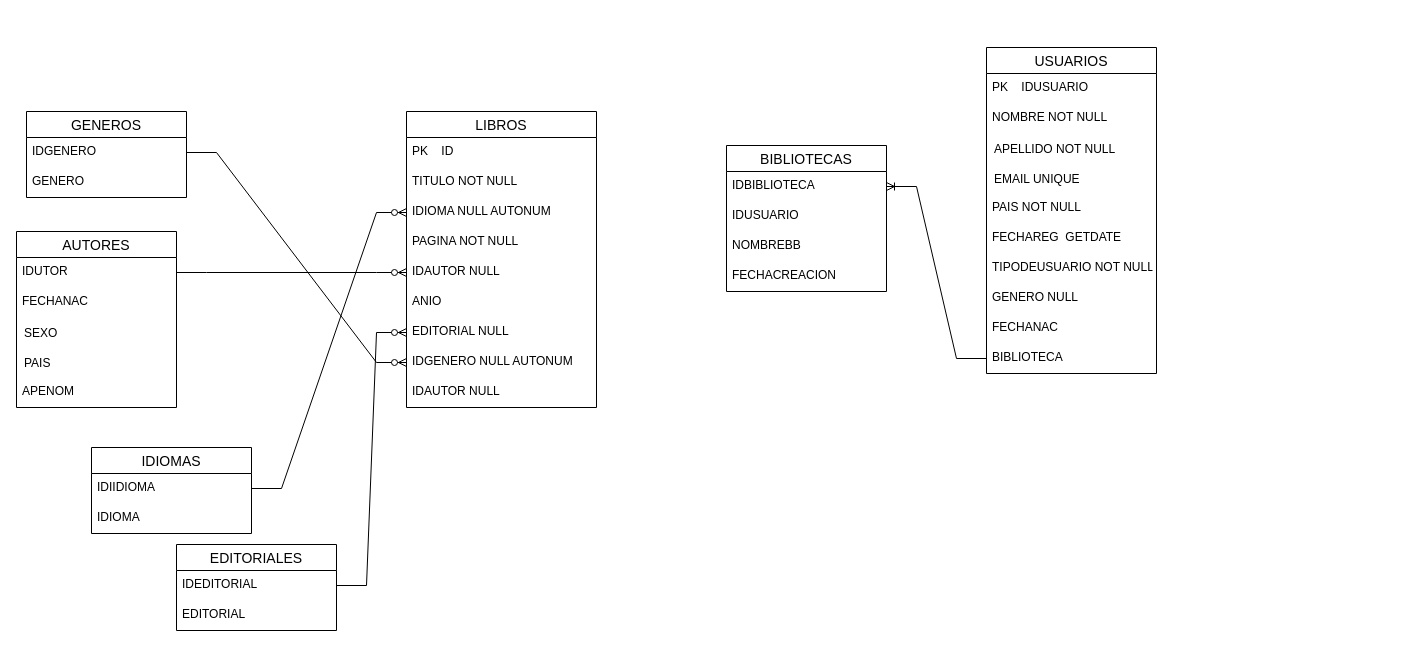
MATUKE23/LABIII keeps this draw.io diagram as BOOKWORM ACTIVIDAD 1.4 MI VERSION.drawio. Above is the earlier version. Source tidied: cells renumbered, new cells numbered last; positions are measured from the earlier drawing's top-left corner, leaving out a move shared by most shapes. Both pictures are drawn from the tidied source at 100%, with x=0, y=0 at pixel (16, 47).
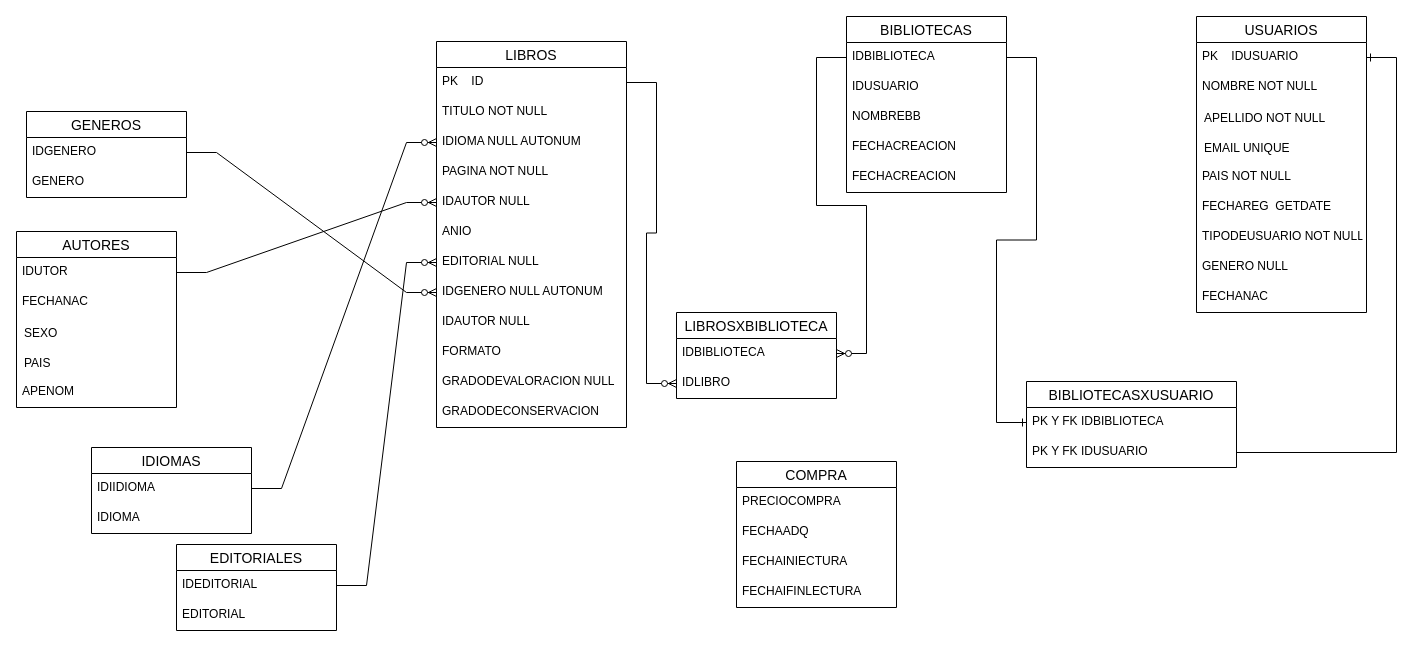
The same diagram, later.

Unchanged cells that the change refers to:
```xml
<mxCell id="3" value="PK    ID" style="text;strokeColor=none;fillColor=none;spacingLeft=4;spacingRight=4;overflow=hidden;points=[[0,0.5],[1,0.5]];portConstraint=eastwest;fontSize=12;" parent="2" vertex="1">
  <mxGeometry y="26" width="190" height="30" as="geometry" />
</mxCell>
<mxCell id="32" value="PK    IDUSUARIO" style="text;strokeColor=none;fillColor=none;spacingLeft=4;spacingRight=4;overflow=hidden;points=[[0,0.5],[1,0.5]];portConstraint=eastwest;fontSize=12;" parent="31" vertex="1">
  <mxGeometry y="26" width="170" height="30" as="geometry" />
</mxCell>
<mxCell id="43" value="IDBIBLIOTECA" style="text;strokeColor=none;fillColor=none;spacingLeft=4;spacingRight=4;overflow=hidden;points=[[0,0.5],[1,0.5]];portConstraint=eastwest;fontSize=12;" parent="42" vertex="1">
  <mxGeometry y="26" width="160" height="30" as="geometry" />
</mxCell>
```

Diff of the diagram source:
```diff
@@
     <mxCell id="2" value="LIBROS" style="swimlane;fontStyle=0;horizontal=1;startSize=26;align=center;fontSize=14;strokeColor=default;fillColor=none;" parent="1" vertex="1">
-      <mxGeometry x="390" y="64" width="190" height="296" as="geometry" />
+      <mxGeometry x="420" y="-6" width="190" height="386" as="geometry" />
     </mxCell>
@@
+    <mxCell id="48" value="FORMATO" style="text;strokeColor=none;fillColor=none;spacingLeft=4;spacingRight=4;overflow=hidden;fontSize=12;" parent="2" vertex="1">
+      <mxGeometry y="296" width="190" height="30" as="geometry" />
+    </mxCell>
+    <mxCell id="49" value="GRADODEVALORACION NULL" style="text;strokeColor=none;fillColor=none;spacingLeft=4;spacingRight=4;overflow=hidden;fontSize=12;" parent="2" vertex="1">
+      <mxGeometry y="326" width="190" height="30" as="geometry" />
+    </mxCell>
+    <mxCell id="50" value="GRADODECONSERVACION" style="text;strokeColor=none;fillColor=none;spacingLeft=4;spacingRight=4;overflow=hidden;fontSize=12;" parent="2" vertex="1">
+      <mxGeometry y="356" width="190" height="30" as="geometry" />
+    </mxCell>
@@
     <mxCell id="31" value="USUARIOS" style="swimlane;fontStyle=0;horizontal=1;startSize=26;align=center;fontSize=14;strokeColor=default;fillColor=none;" parent="1" vertex="1">
-      <mxGeometry x="970" width="170" height="326" as="geometry" />
+      <mxGeometry x="1180" y="-31" width="170" height="296" as="geometry" />
     </mxCell>
@@
-    <mxCell id="41" value="BIBLIOTECA" style="text;strokeColor=none;fillColor=none;spacingLeft=4;spacingRight=4;overflow=hidden;points=[[0,0.5],[1,0.5]];portConstraint=eastwest;fontSize=12;" parent="31" vertex="1">
-      <mxGeometry y="296" width="170" height="30" as="geometry" />
-    </mxCell>
     <mxCell id="42" value="BIBLIOTECAS" style="swimlane;fontStyle=0;horizontal=1;startSize=26;align=center;fontSize=14;strokeColor=default;fillColor=none;" parent="1" vertex="1">
-      <mxGeometry x="710" y="98" width="160" height="146" as="geometry" />
+      <mxGeometry x="830" y="-31" width="160" height="176" as="geometry" />
     </mxCell>
@@
-    <mxCell id="47" style="edgeStyle=entityRelationEdgeStyle;fontSize=12;html=1;endArrow=ERoneToMany;rounded=0;" parent="1" edge="1" source="41" target="43">
-      <mxGeometry relative="1" as="geometry" />
-    </mxCell>
+    <mxCell id="51" value="FECHACREACION" style="text;strokeColor=none;fillColor=none;spacingLeft=4;spacingRight=4;overflow=hidden;fontSize=12;" parent="42" vertex="1">
+      <mxGeometry y="146" width="160" height="30" as="geometry" />
+    </mxCell>
+    <mxCell id="52" value="BIBLIOTECASXUSUARIO" style="swimlane;fontStyle=0;horizontal=1;startSize=26;align=center;fontSize=14;strokeColor=default;fillColor=none;" parent="1" vertex="1">
+      <mxGeometry x="1010" y="334" width="210" height="86" as="geometry" />
+    </mxCell>
+    <mxCell id="53" value="PK Y FK IDBIBLIOTECA" style="text;strokeColor=none;fillColor=none;spacingLeft=4;spacingRight=4;overflow=hidden;points=[[0,0.5],[1,0.5]];portConstraint=eastwest;fontSize=12;" parent="52" vertex="1">
+      <mxGeometry y="26" width="210" height="30" as="geometry" />
+    </mxCell>
+    <mxCell id="54" value="PK Y FK IDUSUARIO" style="text;strokeColor=none;fillColor=none;spacingLeft=4;spacingRight=4;overflow=hidden;points=[[0,0.5],[1,0.5]];portConstraint=eastwest;fontSize=12;" parent="52" vertex="1">
+      <mxGeometry y="56" width="210" height="30" as="geometry" />
+    </mxCell>
+    <mxCell id="55" style="edgeStyle=entityRelationEdgeStyle;fontSize=12;html=1;endArrow=ERone;endFill=1;rounded=0;" parent="1" edge="1" source="54" target="32">
+      <mxGeometry relative="1" as="geometry" />
+    </mxCell>
+    <mxCell id="56" style="edgeStyle=entityRelationEdgeStyle;fontSize=12;html=1;endArrow=ERone;endFill=1;rounded=0;" parent="1" edge="1" source="43" target="53">
+      <mxGeometry relative="1" as="geometry" />
+    </mxCell>
+    <mxCell id="57" value="LIBROSXBIBLIOTECA" style="swimlane;fontStyle=0;horizontal=1;startSize=26;align=center;fontSize=14;strokeColor=default;fillColor=none;" parent="1" vertex="1">
+      <mxGeometry x="660" y="265" width="160" height="86" as="geometry" />
+    </mxCell>
+    <mxCell id="58" value="IDBIBLIOTECA" style="text;strokeColor=none;fillColor=none;spacingLeft=4;spacingRight=4;overflow=hidden;points=[[0,0.5],[1,0.5]];portConstraint=eastwest;fontSize=12;" parent="57" vertex="1">
+      <mxGeometry y="26" width="160" height="30" as="geometry" />
+    </mxCell>
+    <mxCell id="59" value="IDLIBRO" style="text;strokeColor=none;fillColor=none;spacingLeft=4;spacingRight=4;overflow=hidden;points=[[0,0.5],[1,0.5]];portConstraint=eastwest;fontSize=12;" parent="57" vertex="1">
+      <mxGeometry y="56" width="160" height="30" as="geometry" />
+    </mxCell>
+    <mxCell id="60" style="edgeStyle=entityRelationEdgeStyle;fontSize=12;html=1;endArrow=ERzeroToMany;endFill=1;rounded=0;" parent="1" edge="1" source="43" target="58">
+      <mxGeometry relative="1" as="geometry" />
+    </mxCell>
+    <mxCell id="61" style="edgeStyle=entityRelationEdgeStyle;fontSize=12;html=1;endArrow=ERzeroToMany;endFill=1;rounded=0;" parent="1" edge="1" source="3" target="59">
+      <mxGeometry relative="1" as="geometry" />
+    </mxCell>
+    <mxCell id="62" value="COMPRA" style="swimlane;fontStyle=0;horizontal=1;startSize=26;align=center;fontSize=14;strokeColor=default;fillColor=none;" parent="1" vertex="1">
+      <mxGeometry x="720" y="414" width="160" height="146" as="geometry" />
+    </mxCell>
+    <mxCell id="63" value="PRECIOCOMPRA" style="text;strokeColor=none;fillColor=none;spacingLeft=4;spacingRight=4;overflow=hidden;fontSize=12;" parent="62" vertex="1">
+      <mxGeometry y="26" width="160" height="30" as="geometry" />
+    </mxCell>
+    <mxCell id="64" value="FECHAADQ" style="text;strokeColor=none;fillColor=none;spacingLeft=4;spacingRight=4;overflow=hidden;fontSize=12;" parent="62" vertex="1">
+      <mxGeometry y="56" width="160" height="30" as="geometry" />
+    </mxCell>
+    <mxCell id="65" value="FECHAINIECTURA" style="text;strokeColor=none;fillColor=none;spacingLeft=4;spacingRight=4;overflow=hidden;fontSize=12;" parent="62" vertex="1">
+      <mxGeometry y="86" width="160" height="30" as="geometry" />
+    </mxCell>
+    <mxCell id="66" value="FECHAIFINLECTURA" style="text;strokeColor=none;fillColor=none;spacingLeft=4;spacingRight=4;overflow=hidden;fontSize=12;" parent="62" vertex="1">
+      <mxGeometry y="116" width="160" height="30" as="geometry" />
+    </mxCell>
```
